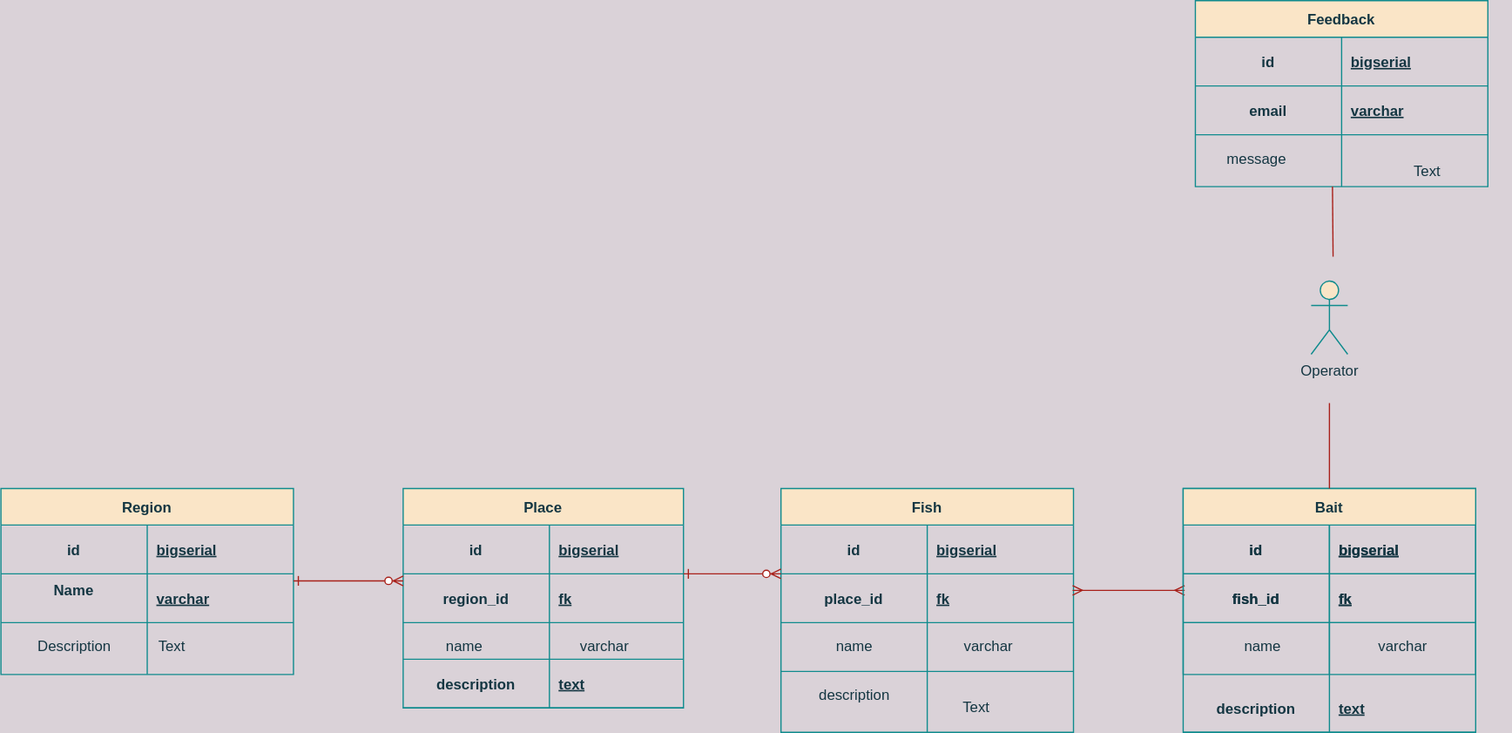
Above: ER diagram.svg in Gsuslov/site (draw.io), before the change. Source tidied: cells renumbered, new cells last; positions are measured from the earlier drawing's top-left corner, leaving out a move shared by most shapes.
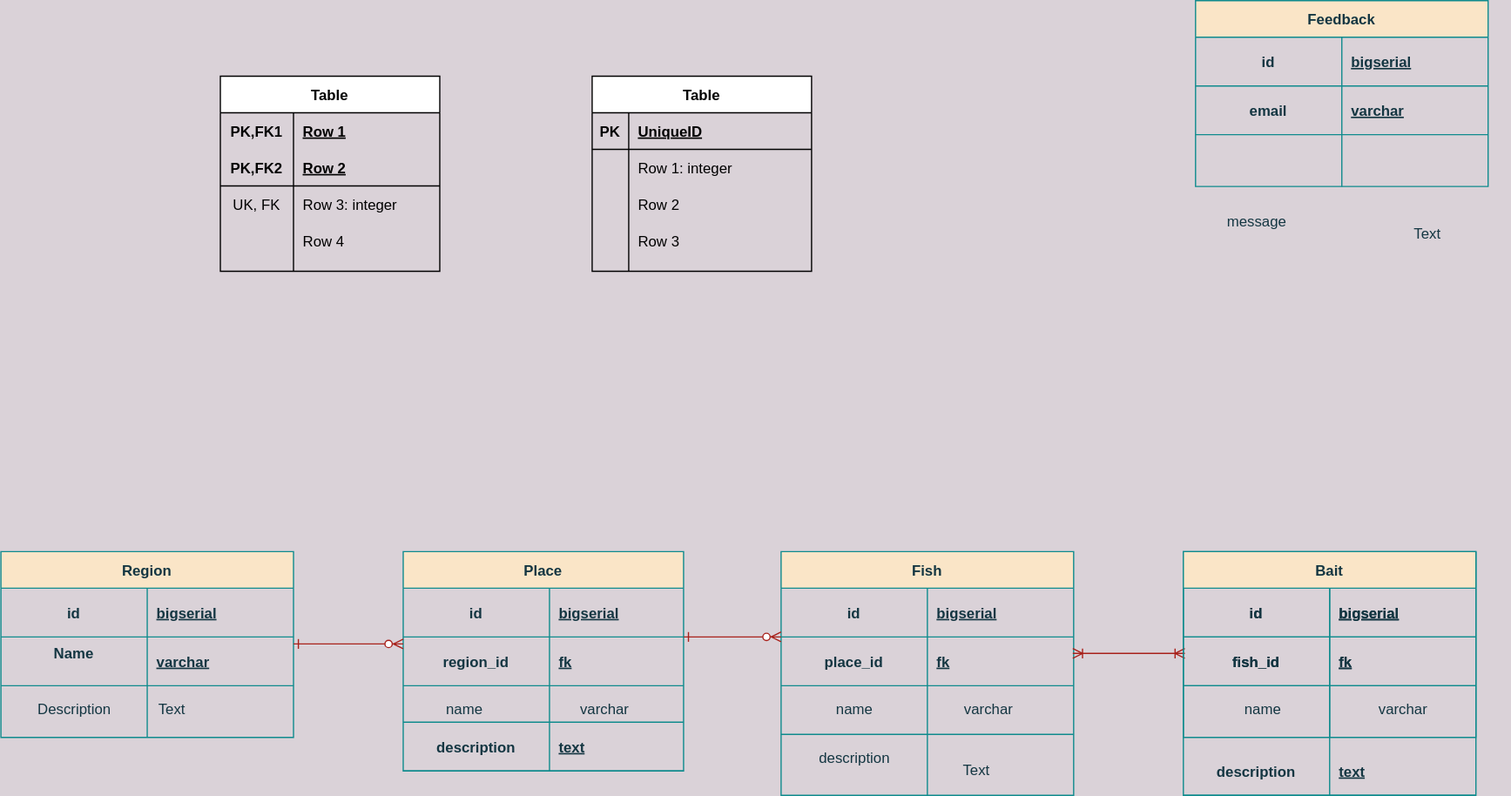
Later version of the same file.

What changed in the source:
```diff
@@ -123,7 +123,7 @@
       </mxGeometry>
     </mxCell>
     <mxCell id="36" value="Feedback" style="shape=table;startSize=30;rowLines=0;fontStyle=1;align=center;fillColor=#FAE5C7;strokeColor=#0F8B8D;fontColor=#143642;" parent="1" vertex="1">
-      <mxGeometry x="980" width="240" height="152.5" as="geometry" />
+      <mxGeometry x="980" y="-52" width="240" height="152.5" as="geometry" />
     </mxCell>
     <mxCell id="37" style="shape=partialRectangle;fillColor=none;top=0;left=0;right=0;bottom=1;strokeColor=#0F8B8D;fontColor=#143642;" parent="36" vertex="1">
       <mxGeometry y="30" width="240" height="40" as="geometry" />
@@ -170,7 +170,7 @@
     <mxCell id="50" value="name" style="text;html=1;align=center;verticalAlign=middle;strokeColor=none;fillColor=none;fontColor=#143642;" parent="1" vertex="1">
       <mxGeometry x="1010" y="520" width="50" height="20" as="geometry" />
     </mxCell>
-    <mxCell id="51" style="edgeStyle=entityRelationEdgeStyle;fontSize=12;html=1;endArrow=ERmany;startArrow=ERmany;rounded=1;sketch=0;fontColor=#143642;strokeColor=#A8201A;fillColor=#FAE5C7;curved=0;entryX=0.005;entryY=0.339;entryDx=0;entryDy=0;entryPerimeter=0;exitX=0.997;exitY=0.339;exitDx=0;exitDy=0;exitPerimeter=0;" parent="1" edge="1" source="15" target="23">
+    <mxCell id="51" style="edgeStyle=entityRelationEdgeStyle;fontSize=12;html=1;endArrow=ERoneToMany;startArrow=ERoneToMany;rounded=1;sketch=0;fontColor=#143642;strokeColor=#A8201A;fillColor=#FAE5C7;curved=0;entryX=0.005;entryY=0.339;entryDx=0;entryDy=0;entryPerimeter=0;exitX=0.997;exitY=0.339;exitDx=0;exitDy=0;exitPerimeter=0;endFill=0;startFill=0;" parent="1" edge="1" source="15" target="23">
       <mxGeometry relative="1" as="geometry" />
     </mxCell>
     <mxCell id="52" value="varchar" style="text;html=1;align=center;verticalAlign=middle;strokeColor=none;fillColor=none;fontColor=#143642;" parent="1" vertex="1">
@@ -212,20 +212,6 @@
     <mxCell id="63" value="text" style="shape=partialRectangle;overflow=hidden;fillColor=none;top=0;left=0;bottom=0;right=0;align=left;spacingLeft=6;fontStyle=5;strokeColor=#0F8B8D;fontColor=#143642;" parent="61" vertex="1">
       <mxGeometry x="120" width="120" height="40" as="geometry" />
     </mxCell>
-    <mxCell id="64" value="Operator" style="shape=umlActor;verticalLabelPosition=bottom;verticalAlign=top;html=1;rounded=0;sketch=0;fontColor=#143642;strokeColor=#0F8B8D;fillColor=#FAE5C7;" parent="1" vertex="1">
-      <mxGeometry x="1075" y="230" width="30" height="60" as="geometry" />
-    </mxCell>
-    <mxCell id="65" style="endArrow=none;html=1;rounded=1;sketch=0;fontColor=#143642;strokeColor=#A8201A;fillColor=#FAE5C7;curved=0;" parent="1" edge="1">
-      <mxGeometry relative="1" as="geometry">
-        <mxPoint x="1093" y="210" as="sourcePoint" />
-        <mxPoint x="1092.5" y="152.5" as="targetPoint" />
-      </mxGeometry>
-    </mxCell>
-    <mxCell id="66" style="endArrow=none;html=1;rounded=1;sketch=0;fontColor=#143642;strokeColor=#A8201A;fillColor=#FAE5C7;curved=0;exitX=0.5;exitY=0;exitDx=0;exitDy=0;exitPerimeter=0;" parent="1" edge="1" source="53">
-      <mxGeometry relative="1" as="geometry">
-        <mxPoint x="1090" y="330" as="targetPoint" />
-      </mxGeometry>
-    </mxCell>
     <mxCell id="67" value="message" style="text;html=1;align=center;verticalAlign=middle;strokeColor=none;fillColor=none;fontColor=#143642;" parent="1" vertex="1">
       <mxGeometry x="1000" y="120" width="60" height="20" as="geometry" />
     </mxCell>
@@ -265,5 +251,83 @@
     <mxCell id="79" value="Text" style="text;html=1;align=center;verticalAlign=middle;strokeColor=none;fillColor=none;fontColor=#143642;" parent="1" vertex="1">
       <mxGeometry x="780" y="570" width="40" height="20" as="geometry" />
     </mxCell>
+    <mxCell id="80" value="Table" style="shape=table;startSize=30;rowLines=0;fontStyle=1;align=center;" parent="1" vertex="1">
+      <mxGeometry x="485" y="10" width="180" height="160" as="geometry" />
+    </mxCell>
+    <mxCell id="81" style="shape=partialRectangle;fillColor=none;top=0;left=0;bottom=1;right=0;" parent="80" vertex="1">
+      <mxGeometry y="30" width="180" height="30" as="geometry" />
+    </mxCell>
+    <mxCell id="82" value="PK" style="shape=partialRectangle;fillColor=none;top=0;left=0;bottom=0;right=0;fontStyle=1;overflow=hidden;" parent="81" vertex="1">
+      <mxGeometry width="30" height="30" as="geometry" />
+    </mxCell>
+    <mxCell id="83" value="UniqueID" style="shape=partialRectangle;fillColor=none;top=0;left=0;bottom=0;right=0;align=left;spacingLeft=6;fontStyle=5;overflow=hidden;" parent="81" vertex="1">
+      <mxGeometry x="30" width="150" height="30" as="geometry" />
+    </mxCell>
+    <mxCell id="84" style="shape=partialRectangle;fillColor=none;top=0;left=0;bottom=0;right=0;" parent="80" vertex="1">
+      <mxGeometry y="60" width="180" height="30" as="geometry" />
+    </mxCell>
+    <mxCell id="85" style="shape=partialRectangle;fillColor=none;top=0;left=0;bottom=0;right=0;overflow=hidden;" parent="84" vertex="1">
+      <mxGeometry width="30" height="30" as="geometry" />
+    </mxCell>
+    <mxCell id="86" value="Row 1: integer" style="shape=partialRectangle;fillColor=none;top=0;left=0;bottom=0;right=0;align=left;spacingLeft=6;overflow=hidden;" parent="84" vertex="1">
+      <mxGeometry x="30" width="150" height="30" as="geometry" />
+    </mxCell>
+    <mxCell id="87" style="shape=partialRectangle;fillColor=none;top=0;left=0;bottom=0;right=0;" parent="80" vertex="1">
+      <mxGeometry y="90" width="180" height="30" as="geometry" />
+    </mxCell>
+    <mxCell id="88" style="shape=partialRectangle;fillColor=none;top=0;left=0;bottom=0;right=0;overflow=hidden;" parent="87" vertex="1">
+      <mxGeometry width="30" height="30" as="geometry" />
+    </mxCell>
+    <mxCell id="89" value="Row 2" style="shape=partialRectangle;fillColor=none;top=0;left=0;bottom=0;right=0;align=left;spacingLeft=6;overflow=hidden;" parent="87" vertex="1">
+      <mxGeometry x="30" width="150" height="30" as="geometry" />
+    </mxCell>
+    <mxCell id="90" style="shape=partialRectangle;fillColor=none;top=0;left=0;bottom=0;right=0;" parent="80" vertex="1">
+      <mxGeometry y="120" width="180" height="30" as="geometry" />
+    </mxCell>
+    <mxCell id="91" style="shape=partialRectangle;fillColor=none;top=0;left=0;bottom=0;right=0;overflow=hidden;" parent="90" vertex="1">
+      <mxGeometry width="30" height="30" as="geometry" />
+    </mxCell>
+    <mxCell id="92" value="Row 3" style="shape=partialRectangle;fillColor=none;top=0;left=0;bottom=0;right=0;align=left;spacingLeft=6;overflow=hidden;" parent="90" vertex="1">
+      <mxGeometry x="30" width="150" height="30" as="geometry" />
+    </mxCell>
+    <mxCell id="93" value="Table" style="shape=table;startSize=30;rowLines=0;fontStyle=1;align=center;" parent="1" vertex="1">
+      <mxGeometry x="180" y="10" width="180" height="160" as="geometry" />
+    </mxCell>
+    <mxCell id="94" style="shape=partialRectangle;fillColor=none;top=0;left=0;bottom=0;right=0;" parent="93" vertex="1">
+      <mxGeometry y="30" width="180" height="30" as="geometry" />
+    </mxCell>
+    <mxCell id="95" value="PK,FK1" style="shape=partialRectangle;fillColor=none;top=0;left=0;bottom=0;right=0;fontStyle=1;overflow=hidden;" parent="94" vertex="1">
+      <mxGeometry width="60" height="30" as="geometry" />
+    </mxCell>
+    <mxCell id="96" value="Row 1" style="shape=partialRectangle;fillColor=none;top=0;left=0;bottom=0;right=0;align=left;spacingLeft=6;fontStyle=5;overflow=hidden;" parent="94" vertex="1">
+      <mxGeometry x="60" width="120" height="30" as="geometry" />
+    </mxCell>
+    <mxCell id="97" style="shape=partialRectangle;fillColor=none;top=0;left=0;bottom=1;right=0;" parent="93" vertex="1">
+      <mxGeometry y="60" width="180" height="30" as="geometry" />
+    </mxCell>
+    <mxCell id="98" value="PK,FK2" style="shape=partialRectangle;fillColor=none;top=0;left=0;bottom=0;right=0;fontStyle=1;overflow=hidden;" parent="97" vertex="1">
+      <mxGeometry width="60" height="30" as="geometry" />
+    </mxCell>
+    <mxCell id="99" value="Row 2" style="shape=partialRectangle;fillColor=none;top=0;left=0;bottom=0;right=0;align=left;spacingLeft=6;fontStyle=5;overflow=hidden;" parent="97" vertex="1">
+      <mxGeometry x="60" width="120" height="30" as="geometry" />
+    </mxCell>
+    <mxCell id="100" style="shape=partialRectangle;fillColor=none;top=0;left=0;bottom=0;right=0;" parent="93" vertex="1">
+      <mxGeometry y="90" width="180" height="30" as="geometry" />
+    </mxCell>
+    <mxCell id="101" value="UK, FK" style="shape=partialRectangle;fillColor=none;top=0;left=0;bottom=0;right=0;overflow=hidden;" parent="100" vertex="1">
+      <mxGeometry width="60" height="30" as="geometry" />
+    </mxCell>
+    <mxCell id="102" value="Row 3: integer" style="shape=partialRectangle;fillColor=none;top=0;left=0;bottom=0;right=0;align=left;spacingLeft=6;overflow=hidden;" parent="100" vertex="1">
+      <mxGeometry x="60" width="120" height="30" as="geometry" />
+    </mxCell>
+    <mxCell id="103" style="shape=partialRectangle;fillColor=none;top=0;left=0;bottom=0;right=0;" parent="93" vertex="1">
+      <mxGeometry y="120" width="180" height="30" as="geometry" />
+    </mxCell>
+    <mxCell id="104" style="shape=partialRectangle;fillColor=none;top=0;left=0;bottom=0;right=0;overflow=hidden;" parent="103" vertex="1">
+      <mxGeometry width="60" height="30" as="geometry" />
+    </mxCell>
+    <mxCell id="105" value="Row 4" style="shape=partialRectangle;fillColor=none;top=0;left=0;bottom=0;right=0;align=left;spacingLeft=6;overflow=hidden;" parent="103" vertex="1">
+      <mxGeometry x="60" width="120" height="30" as="geometry" />
+    </mxCell>
   </root>
 </mxGraphModel>
```
